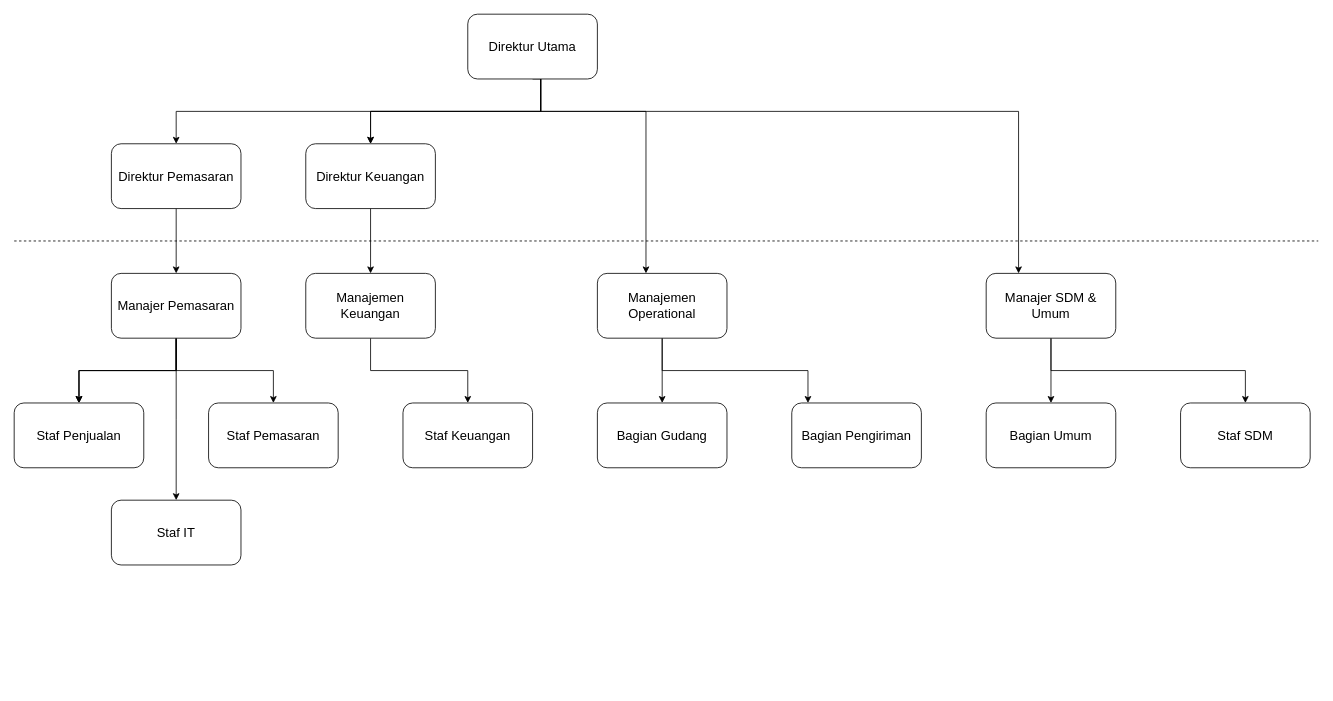
xoghub/diagrams keeps this draw.io diagram as stuktur-org-soka.drawio. Above is the earlier version. Source tidied: cells renumbered, new cells numbered last; positions are measured from the earlier drawing's top-left corner, leaving out a move shared by most shapes. Both pictures are drawn from the tidied source at 81%, with x=0, y=0 at pixel (14, 14).
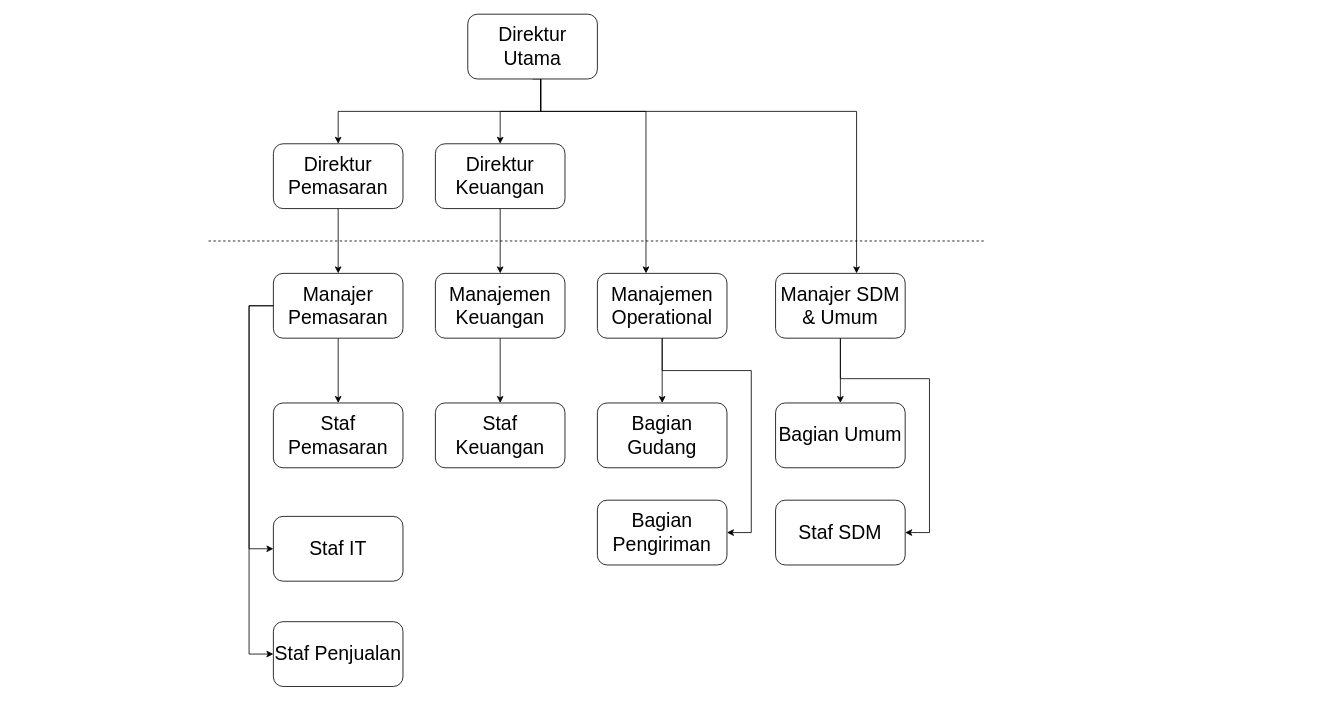
The same diagram, later.

The edit, as a diff of the source:
```diff
@@
-    <mxCell id="2" style="edgeStyle=orthogonalEdgeStyle;rounded=0;jettySize=auto;html=1;fontSize=16;" parent="1" edge="1" source="7" target="9">
-      <mxGeometry relative="1" as="geometry">
-        <Array as="points">
-          <mxPoint x="650" y="120" />
-          <mxPoint x="440" y="120" />
-        </Array>
-      </mxGeometry>
-    </mxCell>
-    <mxCell id="3" style="edgeStyle=orthogonalEdgeStyle;rounded=0;jettySize=auto;html=1;fontSize=16;" parent="1" edge="1" source="7" target="9">
+    <mxCell id="3" style="edgeStyle=orthogonalEdgeStyle;rounded=0;jettySize=auto;html=1;fontSize=24;horizontal=1;" parent="1" edge="1" source="7" target="9">
       <mxGeometry relative="1" as="geometry">
         <Array as="points">
           <mxPoint x="650" y="120" />
-          <mxPoint x="440" y="120" />
+          <mxPoint x="600" y="120" />
         </Array>
       </mxGeometry>
     </mxCell>
-    <mxCell id="4" style="edgeStyle=orthogonalEdgeStyle;rounded=0;jettySize=auto;html=1;exitX=0.5;exitY=1;exitDx=0;exitDy=0;fontSize=16;" parent="1" edge="1" source="7" target="11">
+    <mxCell id="4" style="edgeStyle=orthogonalEdgeStyle;rounded=0;jettySize=auto;html=1;exitX=0.5;exitY=1;exitDx=0;exitDy=0;fontSize=24;horizontal=1;" parent="1" edge="1" source="7" target="11">
       <mxGeometry relative="1" as="geometry">
         <Array as="points">
           <mxPoint x="650" y="80" />
           <mxPoint x="650" y="120" />
-          <mxPoint x="200" y="120" />
+          <mxPoint x="400" y="120" />
         </Array>
       </mxGeometry>
     </mxCell>
-    <mxCell id="5" style="edgeStyle=orthogonalEdgeStyle;rounded=0;jettySize=auto;html=1;fontSize=16;" parent="1" edge="1" source="7" target="26">
+    <mxCell id="5" style="edgeStyle=orthogonalEdgeStyle;rounded=0;jettySize=auto;html=1;fontSize=24;horizontal=1;" parent="1" edge="1" source="7" target="26">
       <mxGeometry relative="1" as="geometry">
         <Array as="points">
           <mxPoint x="650" y="120" />
           <mxPoint x="780" y="120" />
         </Array>
       </mxGeometry>
     </mxCell>
-    <mxCell id="6" style="edgeStyle=orthogonalEdgeStyle;rounded=0;jettySize=auto;html=1;fontSize=16;" parent="1" edge="1" source="7" target="31">
+    <mxCell id="6" style="edgeStyle=orthogonalEdgeStyle;rounded=0;jettySize=auto;html=1;fontSize=24;horizontal=1;" parent="1" edge="1" source="7" target="31">
       <mxGeometry relative="1" as="geometry">
         <Array as="points">
           <mxPoint x="650" y="120" />
-          <mxPoint x="1240" y="120" />
+          <mxPoint x="1040" y="120" />
         </Array>
       </mxGeometry>
     </mxCell>
-    <mxCell id="7" value="Direktur Utama" style="rounded=1;whiteSpace=wrap;html=1;fontSize=16;" parent="1" vertex="1">
+    <mxCell id="7" value="Direktur Utama" style="rounded=1;html=1;fontSize=24;horizontal=1;whiteSpace=wrap;" parent="1" vertex="1">
       <mxGeometry x="560" width="160" height="80" as="geometry" />
     </mxCell>
-    <mxCell id="8" style="edgeStyle=orthogonalEdgeStyle;rounded=0;jettySize=auto;html=1;fontSize=16;" parent="1" edge="1" source="9" target="22">
+    <mxCell id="8" style="edgeStyle=orthogonalEdgeStyle;rounded=0;jettySize=auto;html=1;fontSize=24;horizontal=1;" parent="1" edge="1" source="9" target="22">
       <mxGeometry relative="1" as="geometry" />
     </mxCell>
-    <mxCell id="9" value="Direktur Keuangan" style="rounded=1;whiteSpace=wrap;html=1;fontSize=16;" parent="1" vertex="1">
-      <mxGeometry x="360" y="160" width="160" height="80" as="geometry" />
+    <mxCell id="9" value="Direktur Keuangan" style="rounded=1;html=1;fontSize=24;horizontal=1;whiteSpace=wrap;" parent="1" vertex="1">
+      <mxGeometry x="520" y="160" width="160" height="80" as="geometry" />
     </mxCell>
-    <mxCell id="10" style="edgeStyle=orthogonalEdgeStyle;rounded=0;jettySize=auto;html=1;fontSize=16;" parent="1" edge="1" source="11" target="17">
+    <mxCell id="10" style="edgeStyle=orthogonalEdgeStyle;rounded=0;jettySize=auto;html=1;fontSize=24;horizontal=1;" parent="1" edge="1" source="11" target="17">
       <mxGeometry relative="1" as="geometry" />
     </mxCell>
-    <mxCell id="11" value="Direktur Pemasaran" style="rounded=1;whiteSpace=wrap;html=1;fontSize=16;" parent="1" vertex="1">
-      <mxGeometry x="120" y="160" width="160" height="80" as="geometry" />
+    <mxCell id="11" value="Direktur Pemasaran" style="rounded=1;html=1;fontSize=24;horizontal=1;whiteSpace=wrap;" parent="1" vertex="1">
+      <mxGeometry x="320" y="160" width="160" height="80" as="geometry" />
     </mxCell>
-    <mxCell id="12" style="edgeStyle=orthogonalEdgeStyle;rounded=0;jettySize=auto;html=1;fontSize=16;" parent="1" edge="1" source="17" target="18">
-      <mxGeometry relative="1" as="geometry" />
-    </mxCell>
-    <mxCell id="13" style="edgeStyle=orthogonalEdgeStyle;rounded=0;jettySize=auto;html=1;fontSize=16;" parent="1" edge="1" source="17" target="18">
-      <mxGeometry relative="1" as="geometry" />
-    </mxCell>
-    <mxCell id="14" style="edgeStyle=orthogonalEdgeStyle;rounded=0;jettySize=auto;html=1;fontSize=16;" parent="1" edge="1" source="17" target="18">
-      <mxGeometry relative="1" as="geometry" />
+    <mxCell id="14" style="edgeStyle=orthogonalEdgeStyle;rounded=0;jettySize=auto;html=1;fontSize=24;entryX=0;entryY=0.5;entryDx=0;entryDy=0;horizontal=1;" parent="1" edge="1" target="18">
+      <mxGeometry relative="1" as="geometry">
+        <mxPoint x="340" y="360" as="sourcePoint" />
+        <Array as="points">
+          <mxPoint x="290" y="360" />
+          <mxPoint x="290" y="790" />
+        </Array>
+      </mxGeometry>
     </mxCell>
-    <mxCell id="15" style="edgeStyle=orthogonalEdgeStyle;rounded=0;jettySize=auto;html=1;fontSize=16;" parent="1" edge="1" source="17" target="19">
+    <mxCell id="15" style="edgeStyle=orthogonalEdgeStyle;rounded=0;jettySize=auto;html=1;fontSize=24;horizontal=1;" parent="1" edge="1" source="17" target="19">
       <mxGeometry relative="1" as="geometry" />
     </mxCell>
-    <mxCell id="16" style="edgeStyle=orthogonalEdgeStyle;rounded=0;jettySize=auto;html=1;fontSize=16;" parent="1" edge="1" source="17" target="20">
-      <mxGeometry relative="1" as="geometry">
-        <Array as="points">
-          <mxPoint x="200" y="500" />
-          <mxPoint x="200" y="500" />
-        </Array>
-      </mxGeometry>
-    </mxCell>
+    <mxCell id="35" style="edgeStyle=orthogonalEdgeStyle;rounded=0;jettySize=auto;html=1;entryX=0;entryY=0.5;entryDx=0;entryDy=0;fontSize=24;horizontal=1;" parent="1" edge="1" target="20">
+      <mxGeometry relative="1" as="geometry">
+        <mxPoint x="340" y="360" as="sourcePoint" />
+        <Array as="points">
+          <mxPoint x="290" y="360" />
+          <mxPoint x="290" y="660" />
+        </Array>
+      </mxGeometry>
+    </mxCell>
-    <mxCell id="17" value="Manajer Pemasaran" style="rounded=1;whiteSpace=wrap;html=1;fontSize=16;" parent="1" vertex="1">
-      <mxGeometry x="120" y="320" width="160" height="80" as="geometry" />
+    <mxCell id="17" value="Manajer Pemasaran" style="rounded=1;html=1;fontSize=24;horizontal=1;whiteSpace=wrap;" parent="1" vertex="1">
+      <mxGeometry x="320" y="320" width="160" height="80" as="geometry" />
     </mxCell>
-    <mxCell id="18" value="Staf Penjualan" style="rounded=1;whiteSpace=wrap;html=1;fontSize=16;" parent="1" vertex="1">
-      <mxGeometry y="480" width="160" height="80" as="geometry" />
+    <mxCell id="18" value="Staf Penjualan" style="rounded=1;html=1;fontSize=24;horizontal=1;whiteSpace=wrap;" parent="1" vertex="1">
+      <mxGeometry x="320" y="750" width="160" height="80" as="geometry" />
     </mxCell>
-    <mxCell id="19" value="Staf Pemasaran" style="rounded=1;whiteSpace=wrap;html=1;fontSize=16;" parent="1" vertex="1">
-      <mxGeometry x="240" y="480" width="160" height="80" as="geometry" />
+    <mxCell id="19" value="Staf Pemasaran" style="rounded=1;html=1;fontSize=24;horizontal=1;whiteSpace=wrap;" parent="1" vertex="1">
+      <mxGeometry x="320" y="480" width="160" height="80" as="geometry" />
     </mxCell>
-    <mxCell id="20" value="Staf IT" style="rounded=1;whiteSpace=wrap;html=1;fontSize=16;" parent="1" vertex="1">
-      <mxGeometry x="120" y="600" width="160" height="80" as="geometry" />
+    <mxCell id="20" value="Staf IT" style="rounded=1;html=1;fontSize=24;horizontal=1;whiteSpace=wrap;" parent="1" vertex="1">
+      <mxGeometry x="320" y="620" width="160" height="80" as="geometry" />
     </mxCell>
-    <mxCell id="21" style="edgeStyle=orthogonalEdgeStyle;rounded=0;jettySize=auto;html=1;fontSize=16;" parent="1" edge="1" source="22" target="23">
+    <mxCell id="21" style="edgeStyle=orthogonalEdgeStyle;rounded=0;jettySize=auto;html=1;fontSize=24;horizontal=1;" parent="1" edge="1" source="22" target="23">
       <mxGeometry relative="1" as="geometry" />
     </mxCell>
-    <mxCell id="22" value="Manajemen Keuangan" style="rounded=1;whiteSpace=wrap;html=1;fontSize=16;" parent="1" vertex="1">
-      <mxGeometry x="360" y="320" width="160" height="80" as="geometry" />
+    <mxCell id="22" value="Manajemen Keuangan" style="rounded=1;html=1;fontSize=24;horizontal=1;whiteSpace=wrap;" parent="1" vertex="1">
+      <mxGeometry x="520" y="320" width="160" height="80" as="geometry" />
     </mxCell>
-    <mxCell id="23" value="Staf Keuangan" style="rounded=1;whiteSpace=wrap;html=1;fontSize=16;" parent="1" vertex="1">
-      <mxGeometry x="480" y="480" width="160" height="80" as="geometry" />
+    <mxCell id="23" value="Staf Keuangan" style="rounded=1;html=1;fontSize=24;horizontal=1;whiteSpace=wrap;" parent="1" vertex="1">
+      <mxGeometry x="520" y="480" width="160" height="80" as="geometry" />
     </mxCell>
-    <mxCell id="24" style="edgeStyle=orthogonalEdgeStyle;rounded=0;jettySize=auto;html=1;fontSize=16;" parent="1" edge="1" source="26" target="27">
+    <mxCell id="24" style="edgeStyle=orthogonalEdgeStyle;rounded=0;jettySize=auto;html=1;fontSize=24;exitX=0.5;exitY=1;exitDx=0;exitDy=0;horizontal=1;" parent="1" edge="1" source="26" target="27">
       <mxGeometry relative="1" as="geometry" />
     </mxCell>
-    <mxCell id="25" style="edgeStyle=orthogonalEdgeStyle;rounded=0;jettySize=auto;html=1;fontSize=16;" parent="1" edge="1" source="26" target="28">
+    <mxCell id="25" style="edgeStyle=orthogonalEdgeStyle;rounded=0;jettySize=auto;html=1;fontSize=24;exitX=0.5;exitY=1;exitDx=0;exitDy=0;horizontal=1;" parent="1" edge="1" source="26" target="28">
       <mxGeometry relative="1" as="geometry">
         <Array as="points">
           <mxPoint x="800" y="440" />
-          <mxPoint x="980" y="440" />
+          <mxPoint x="910" y="440" />
+          <mxPoint x="910" y="640" />
         </Array>
       </mxGeometry>
     </mxCell>
-    <mxCell id="26" value="Manajemen Operational" style="rounded=1;whiteSpace=wrap;html=1;fontSize=16;" parent="1" vertex="1">
+    <mxCell id="26" value="Manajemen Operational" style="rounded=1;html=1;fontSize=24;horizontal=1;whiteSpace=wrap;" parent="1" vertex="1">
       <mxGeometry x="720" y="320" width="160" height="80" as="geometry" />
     </mxCell>
-    <mxCell id="27" value="Bagian Gudang" style="rounded=1;whiteSpace=wrap;html=1;fontSize=16;" parent="1" vertex="1">
+    <mxCell id="27" value="Bagian Gudang" style="rounded=1;html=1;fontSize=24;horizontal=1;whiteSpace=wrap;" parent="1" vertex="1">
       <mxGeometry x="720" y="480" width="160" height="80" as="geometry" />
     </mxCell>
-    <mxCell id="28" value="Bagian Pengiriman" style="rounded=1;whiteSpace=wrap;html=1;fontSize=16;" parent="1" vertex="1">
-      <mxGeometry x="960" y="480" width="160" height="80" as="geometry" />
+    <mxCell id="28" value="Bagian Pengiriman" style="rounded=1;html=1;fontSize=24;horizontal=1;whiteSpace=wrap;" parent="1" vertex="1">
+      <mxGeometry x="720" y="600" width="160" height="80" as="geometry" />
     </mxCell>
-    <mxCell id="29" style="edgeStyle=orthogonalEdgeStyle;rounded=0;jettySize=auto;html=1;fontSize=16;" parent="1" edge="1" source="31" target="32">
+    <mxCell id="29" style="edgeStyle=orthogonalEdgeStyle;rounded=0;jettySize=auto;html=1;fontSize=24;horizontal=1;" parent="1" edge="1" source="31" target="32">
       <mxGeometry relative="1" as="geometry" />
     </mxCell>
-    <mxCell id="30" style="edgeStyle=orthogonalEdgeStyle;rounded=0;jettySize=auto;html=1;fontSize=16;" parent="1" edge="1" source="31" target="33">
+    <mxCell id="30" style="edgeStyle=orthogonalEdgeStyle;rounded=0;jettySize=auto;html=1;fontSize=24;horizontal=1;" parent="1" edge="1" source="31" target="33">
       <mxGeometry relative="1" as="geometry">
         <Array as="points">
-          <mxPoint x="1280" y="440" />
-          <mxPoint x="1520" y="440" />
+          <mxPoint x="1020" y="450" />
+          <mxPoint x="1130" y="450" />
+          <mxPoint x="1130" y="640" />
         </Array>
       </mxGeometry>
     </mxCell>
-    <mxCell id="31" value="Manajer SDM &amp;amp; Umum" style="rounded=1;whiteSpace=wrap;html=1;fontSize=16;" parent="1" vertex="1">
-      <mxGeometry x="1200" y="320" width="160" height="80" as="geometry" />
+    <mxCell id="31" value="Manajer SDM &amp;amp; Umum" style="rounded=1;html=1;fontSize=24;horizontal=1;whiteSpace=wrap;" parent="1" vertex="1">
+      <mxGeometry x="940" y="320" width="160" height="80" as="geometry" />
     </mxCell>
-    <mxCell id="32" value="Bagian Umum" style="rounded=1;whiteSpace=wrap;html=1;fontSize=16;" parent="1" vertex="1">
-      <mxGeometry x="1200" y="480" width="160" height="80" as="geometry" />
+    <mxCell id="32" value="Bagian Umum" style="rounded=1;html=1;fontSize=24;horizontal=1;whiteSpace=wrap;" parent="1" vertex="1">
+      <mxGeometry x="940" y="480" width="160" height="80" as="geometry" />
     </mxCell>
-    <mxCell id="33" value="Staf SDM" style="rounded=1;whiteSpace=wrap;html=1;fontSize=16;" parent="1" vertex="1">
-      <mxGeometry x="1440" y="480" width="160" height="80" as="geometry" />
+    <mxCell id="33" value="Staf SDM" style="rounded=1;html=1;fontSize=24;horizontal=1;whiteSpace=wrap;" parent="1" vertex="1">
+      <mxGeometry x="940" y="600" width="160" height="80" as="geometry" />
     </mxCell>
-    <mxCell id="34" style="endArrow=none;dashed=1;html=1;rounded=0;fontSize=16;" parent="1" edge="1">
+    <mxCell id="34" style="endArrow=none;dashed=1;html=1;rounded=0;fontSize=24;horizontal=1;" parent="1" edge="1">
       <mxGeometry relative="1" as="geometry">
-        <mxPoint y="280" as="sourcePoint" />
-        <mxPoint x="1610" y="280" as="targetPoint" />
+        <mxPoint x="240" y="280" as="sourcePoint" />
+        <mxPoint x="1200" y="280" as="targetPoint" />
       </mxGeometry>
     </mxCell>
```
